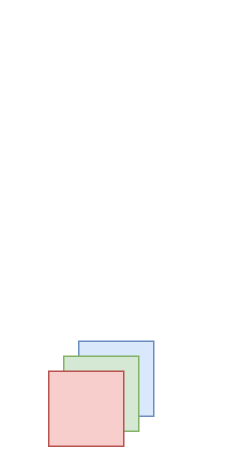
The draw.io diagram yolov7.drawio in YANGJUNYAN0715/papers, before the edit. Source tidied: cells renumbered, new cells numbered last; positions are measured from the earlier drawing's top-left corner, leaving out a move shared by most shapes. Both pictures are drawn from the tidied source at 150%, with x=0, y=0 at pixel (48, 340).
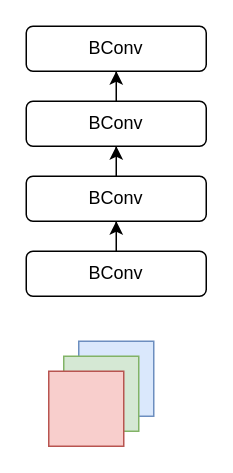
After the change.

The edit, as a diff of the source:
```diff
@@
 <mxGraphModel>
   <root>
     <mxCell id="0" />
     <mxCell id="1" parent="0" />
     <mxCell id="2" style="whiteSpace=wrap;html=1;fillColor=#dae8fc;strokeColor=#6c8ebf;" parent="1" vertex="1">
       <mxGeometry x="20" width="50" height="50" as="geometry" />
     </mxCell>
     <mxCell id="3" style="whiteSpace=wrap;html=1;fillColor=#d5e8d4;strokeColor=#82b366;" parent="1" vertex="1">
       <mxGeometry x="10" y="10" width="50" height="50" as="geometry" />
     </mxCell>
     <mxCell id="4" style="whiteSpace=wrap;html=1;fillColor=#f8cecc;strokeColor=#b85450;" parent="1" vertex="1">
       <mxGeometry y="20" width="50" height="50" as="geometry" />
     </mxCell>
+    <mxCell id="5" style="edgeStyle=orthogonalEdgeStyle;rounded=0;jettySize=auto;html=1;exitX=0.5;exitY=0;exitDx=0;exitDy=0;" parent="1" edge="1" source="6" target="8">
+      <mxGeometry relative="1" as="geometry" />
+    </mxCell>
+    <mxCell id="6" value="BConv" style="rounded=1;whiteSpace=wrap;html=1;" parent="1" vertex="1">
+      <mxGeometry x="-15" y="-60" width="120" height="30" as="geometry" />
+    </mxCell>
+    <mxCell id="7" style="edgeStyle=orthogonalEdgeStyle;rounded=0;jettySize=auto;html=1;" parent="1" edge="1" source="8" target="10">
+      <mxGeometry relative="1" as="geometry" />
+    </mxCell>
+    <mxCell id="8" value="BConv" style="rounded=1;whiteSpace=wrap;html=1;" parent="1" vertex="1">
+      <mxGeometry x="-15" y="-110" width="120" height="30" as="geometry" />
+    </mxCell>
+    <mxCell id="9" style="edgeStyle=orthogonalEdgeStyle;rounded=0;jettySize=auto;html=1;exitX=0.5;exitY=0;exitDx=0;exitDy=0;" parent="1" edge="1" source="10" target="11">
+      <mxGeometry relative="1" as="geometry" />
+    </mxCell>
+    <mxCell id="10" value="BConv" style="rounded=1;whiteSpace=wrap;html=1;" parent="1" vertex="1">
+      <mxGeometry x="-15" y="-160" width="120" height="30" as="geometry" />
+    </mxCell>
+    <mxCell id="11" value="BConv" style="rounded=1;whiteSpace=wrap;html=1;" parent="1" vertex="1">
+      <mxGeometry x="-15" y="-210" width="120" height="30" as="geometry" />
+    </mxCell>
   </root>
 </mxGraphModel>
```
